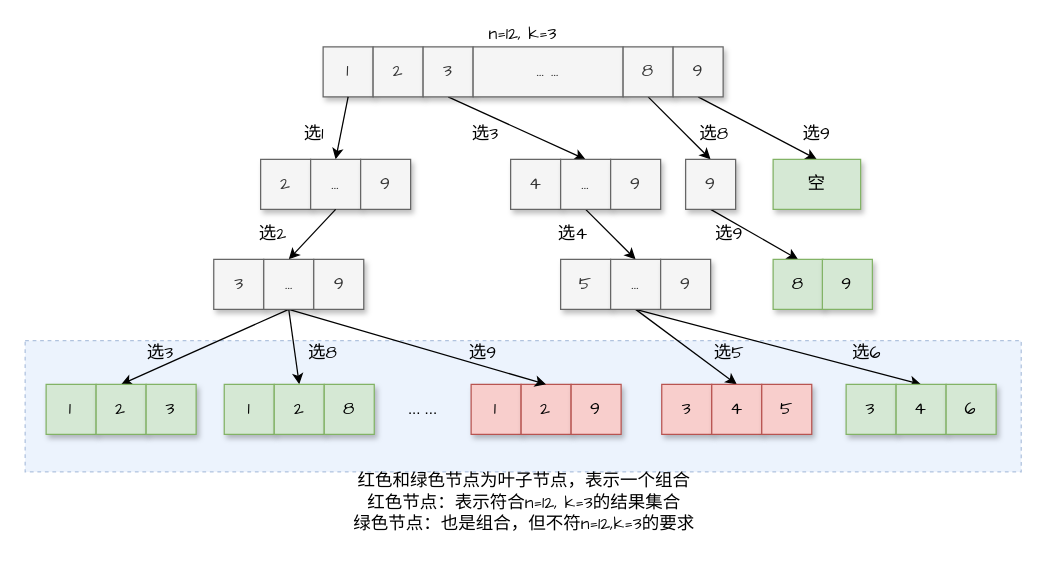
The draw.io diagram draw.io/组合总合III.drawio in goldknife6/algorithm, before the edit. Source tidied: cells renumbered, new cells numbered last; positions are measured from the earlier drawing's top-left corner, leaving out a move shared by most shapes. Both pictures are drawn from the tidied source at 125%, with x=0, y=0 at pixel (25, 21).
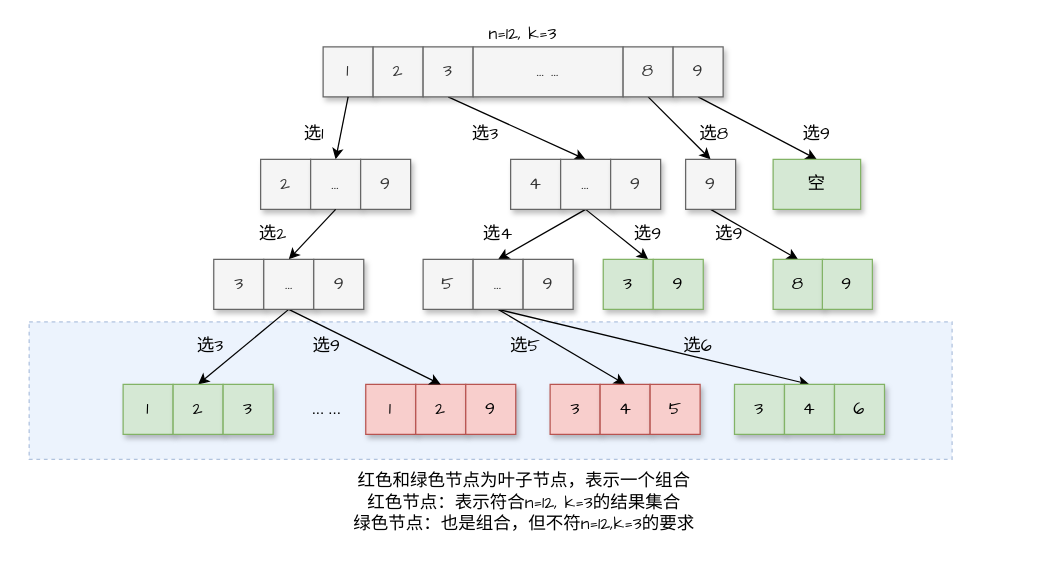
Above is the later version.

Commit message (it also covers changes not shown here):
更新组合总合III.drawio

Unchanged cells that the change refers to:
```xml
<mxCell id="20" value="&lt;font style=&quot;font-size: 14px&quot; face=&quot;Comic Sans MS&quot;&gt;...&lt;/font&gt;" style="rounded=0;whiteSpace=wrap;html=1;fillColor=#f5f5f5;fontColor=#333333;strokeColor=#666666;shadow=1;" parent="1" vertex="1">
  <mxGeometry x="428" y="110" width="40" height="40" as="geometry" />
</mxCell>
<mxCell id="27" value="&lt;font style=&quot;font-size: 14px&quot; face=&quot;Comic Sans MS&quot;&gt;...&lt;/font&gt;" style="rounded=0;whiteSpace=wrap;html=1;fillColor=#f5f5f5;fontColor=#333333;strokeColor=#666666;shadow=1;" parent="1" vertex="1">
  <mxGeometry x="190.5" y="190" width="40" height="40" as="geometry" />
</mxCell>
```

Change to the diagram source:
```diff
@@
     <mxCell id="2" style="rounded=0;whiteSpace=wrap;html=1;shadow=0;fontFamily=Comic Sans MS;fontSize=14;opacity=50;fillColor=#dae8fc;strokeColor=#6c8ebf;dashed=1;" parent="1" vertex="1">
-      <mxGeometry x="-0.4" y="255" width="796.9" height="105" as="geometry" />
+      <mxGeometry x="2.8" y="240" width="738.4" height="110" as="geometry" />
     </mxCell>
@@
     <mxCell id="10" value="&lt;font style=&quot;font-size: 14px&quot; face=&quot;Comic Sans MS&quot;&gt;1&lt;/font&gt;" style="rounded=0;whiteSpace=wrap;html=1;fillColor=#f8cecc;strokeColor=#b85450;shadow=1;" parent="1" vertex="1">
-      <mxGeometry x="356.4" y="290" width="40" height="40" as="geometry" />
+      <mxGeometry x="272.1" y="290" width="40" height="40" as="geometry" />
     </mxCell>
     <mxCell id="11" value="&lt;font style=&quot;font-size: 14px&quot; face=&quot;Comic Sans MS&quot;&gt;2&lt;/font&gt;" style="rounded=0;whiteSpace=wrap;html=1;fillColor=#f8cecc;strokeColor=#b85450;shadow=1;" parent="1" vertex="1">
-      <mxGeometry x="396.4" y="290" width="40" height="40" as="geometry" />
+      <mxGeometry x="312.1" y="290" width="40" height="40" as="geometry" />
     </mxCell>
@@
+    <mxCell id="67" style="edgeStyle=none;rounded=0;jettySize=auto;html=1;exitX=0.5;exitY=1;exitDx=0;exitDy=0;entryX=0.5;entryY=0;entryDx=0;entryDy=0;" parent="1" edge="1" source="20">
+      <mxGeometry relative="1" as="geometry">
+        <mxPoint x="498" y="190" as="targetPoint" />
+      </mxGeometry>
+    </mxCell>
@@
-    <mxCell id="26" style="edgeStyle=none;rounded=0;jettySize=auto;html=1;exitX=0.5;exitY=1;exitDx=0;exitDy=0;entryX=0.5;entryY=0;entryDx=0;entryDy=0;" parent="1" edge="1" source="27" target="35">
-      <mxGeometry relative="1" as="geometry" />
-    </mxCell>
@@
     <mxCell id="29" value="&lt;font style=&quot;font-size: 14px&quot; face=&quot;Comic Sans MS&quot;&gt;9&lt;/font&gt;" style="rounded=0;whiteSpace=wrap;html=1;fillColor=#f8cecc;strokeColor=#b85450;shadow=1;" parent="1" vertex="1">
-      <mxGeometry x="436.4" y="290" width="40" height="40" as="geometry" />
+      <mxGeometry x="352.1" y="290" width="40" height="40" as="geometry" />
     </mxCell>
     <mxCell id="30" value="选9" style="text;html=1;strokeColor=none;fillColor=none;align=center;verticalAlign=middle;whiteSpace=wrap;rounded=0;shadow=1;fontFamily=Comic Sans MS;fontSize=14;" parent="1" vertex="1">
-      <mxGeometry x="346.4" y="255" width="40" height="20" as="geometry" />
+      <mxGeometry x="220.8" y="250" width="40" height="20" as="geometry" />
     </mxCell>
     <mxCell id="31" value="&lt;font style=&quot;font-size: 14px&quot; face=&quot;Comic Sans MS&quot;&gt;1&lt;/font&gt;" style="rounded=0;whiteSpace=wrap;html=1;fillColor=#d5e8d4;strokeColor=#82b366;shadow=1;" parent="1" vertex="1">
-      <mxGeometry x="16.4" y="290" width="40" height="40" as="geometry" />
+      <mxGeometry x="78" y="290" width="40" height="40" as="geometry" />
     </mxCell>
     <mxCell id="32" value="&lt;font style=&quot;font-size: 14px&quot; face=&quot;Comic Sans MS&quot;&gt;2&lt;/font&gt;" style="rounded=0;whiteSpace=wrap;html=1;fillColor=#d5e8d4;strokeColor=#82b366;shadow=1;" parent="1" vertex="1">
-      <mxGeometry x="56.4" y="290" width="40" height="40" as="geometry" />
+      <mxGeometry x="118" y="290" width="40" height="40" as="geometry" />
     </mxCell>
     <mxCell id="33" value="&lt;font style=&quot;font-size: 14px&quot; face=&quot;Comic Sans MS&quot;&gt;3&lt;/font&gt;" style="rounded=0;whiteSpace=wrap;html=1;fillColor=#d5e8d4;strokeColor=#82b366;shadow=1;" parent="1" vertex="1">
-      <mxGeometry x="96.4" y="290" width="40" height="40" as="geometry" />
+      <mxGeometry x="158" y="290" width="40" height="40" as="geometry" />
     </mxCell>
-    <mxCell id="34" value="&lt;font style=&quot;font-size: 14px&quot; face=&quot;Comic Sans MS&quot;&gt;1&lt;/font&gt;" style="rounded=0;whiteSpace=wrap;html=1;fillColor=#d5e8d4;strokeColor=#82b366;shadow=1;" parent="1" vertex="1">
-      <mxGeometry x="158.9" y="290" width="40" height="40" as="geometry" />
-    </mxCell>
-    <mxCell id="35" value="&lt;font style=&quot;font-size: 14px&quot; face=&quot;Comic Sans MS&quot;&gt;2&lt;/font&gt;" style="rounded=0;whiteSpace=wrap;html=1;fillColor=#d5e8d4;strokeColor=#82b366;shadow=1;" parent="1" vertex="1">
-      <mxGeometry x="198.9" y="290" width="40" height="40" as="geometry" />
-    </mxCell>
-    <mxCell id="36" value="&lt;font style=&quot;font-size: 14px&quot; face=&quot;Comic Sans MS&quot;&gt;8&lt;/font&gt;" style="rounded=0;whiteSpace=wrap;html=1;fillColor=#d5e8d4;strokeColor=#82b366;shadow=1;" parent="1" vertex="1">
-      <mxGeometry x="238.9" y="290" width="40" height="40" as="geometry" />
-    </mxCell>
     <mxCell id="37" value="选3" style="text;html=1;strokeColor=none;fillColor=none;align=center;verticalAlign=middle;whiteSpace=wrap;rounded=0;shadow=1;fontFamily=Comic Sans MS;fontSize=14;" parent="1" vertex="1">
-      <mxGeometry x="88" y="255" width="40" height="20" as="geometry" />
+      <mxGeometry x="128" y="250" width="40" height="20" as="geometry" />
     </mxCell>
-    <mxCell id="38" value="选8" style="text;html=1;strokeColor=none;fillColor=none;align=center;verticalAlign=middle;whiteSpace=wrap;rounded=0;shadow=1;fontFamily=Comic Sans MS;fontSize=14;" parent="1" vertex="1">
-      <mxGeometry x="218" y="255" width="40" height="20" as="geometry" />
-    </mxCell>
     <mxCell id="39" value="... ..." style="text;html=1;strokeColor=none;fillColor=none;align=center;verticalAlign=middle;whiteSpace=wrap;rounded=0;" parent="1" vertex="1">
-      <mxGeometry x="288.9" y="290" width="57.5" height="40" as="geometry" />
+      <mxGeometry x="212.1" y="290" width="57.5" height="40" as="geometry" />
     </mxCell>
@@
     <mxCell id="45" value="&lt;font style=&quot;font-size: 14px&quot; face=&quot;Comic Sans MS&quot;&gt;5&lt;/font&gt;" style="rounded=0;whiteSpace=wrap;html=1;fillColor=#f5f5f5;fontColor=#333333;strokeColor=#666666;shadow=1;" parent="1" vertex="1">
-      <mxGeometry x="428" y="190" width="40" height="40" as="geometry" />
+      <mxGeometry x="318" y="190" width="40" height="40" as="geometry" />
     </mxCell>
@@
     <mxCell id="48" value="&lt;font style=&quot;font-size: 14px&quot; face=&quot;Comic Sans MS&quot;&gt;...&lt;/font&gt;" style="rounded=0;whiteSpace=wrap;html=1;fillColor=#f5f5f5;fontColor=#333333;strokeColor=#666666;shadow=1;" parent="1" vertex="1">
-      <mxGeometry x="468" y="190" width="40" height="40" as="geometry" />
+      <mxGeometry x="358" y="190" width="40" height="40" as="geometry" />
     </mxCell>
     <mxCell id="49" value="&lt;font style=&quot;font-size: 14px&quot; face=&quot;Comic Sans MS&quot;&gt;9&lt;/font&gt;" style="rounded=0;whiteSpace=wrap;html=1;fillColor=#f5f5f5;fontColor=#333333;strokeColor=#666666;shadow=1;" parent="1" vertex="1">
-      <mxGeometry x="508" y="190" width="40" height="40" as="geometry" />
+      <mxGeometry x="398" y="190" width="40" height="40" as="geometry" />
     </mxCell>
     <mxCell id="50" value="选4" style="text;html=1;strokeColor=none;fillColor=none;align=center;verticalAlign=middle;whiteSpace=wrap;rounded=0;shadow=1;fontFamily=Comic Sans MS;fontSize=14;" parent="1" vertex="1">
-      <mxGeometry x="418" y="160" width="40" height="20" as="geometry" />
+      <mxGeometry x="358" y="160" width="40" height="20" as="geometry" />
     </mxCell>
     <mxCell id="51" value="&lt;font style=&quot;font-size: 14px&quot; face=&quot;Comic Sans MS&quot;&gt;3&lt;/font&gt;" style="rounded=0;whiteSpace=wrap;html=1;fillColor=#f8cecc;strokeColor=#b85450;shadow=1;" parent="1" vertex="1">
-      <mxGeometry x="508.9" y="290" width="40" height="40" as="geometry" />
+      <mxGeometry x="419.6" y="290" width="40" height="40" as="geometry" />
     </mxCell>
     <mxCell id="52" value="&lt;font style=&quot;font-size: 14px&quot; face=&quot;Comic Sans MS&quot;&gt;4&lt;/font&gt;" style="rounded=0;whiteSpace=wrap;html=1;fillColor=#f8cecc;strokeColor=#b85450;shadow=1;" parent="1" vertex="1">
-      <mxGeometry x="548.9" y="290" width="40" height="40" as="geometry" />
+      <mxGeometry x="459.6" y="290" width="40" height="40" as="geometry" />
     </mxCell>
     <mxCell id="53" value="&lt;font style=&quot;font-size: 14px&quot; face=&quot;Comic Sans MS&quot;&gt;5&lt;/font&gt;" style="rounded=0;whiteSpace=wrap;html=1;fillColor=#f8cecc;strokeColor=#b85450;shadow=1;" parent="1" vertex="1">
-      <mxGeometry x="588.9" y="290" width="40" height="40" as="geometry" />
+      <mxGeometry x="499.6" y="290" width="40" height="40" as="geometry" />
     </mxCell>
     <mxCell id="54" value="选5" style="text;html=1;strokeColor=none;fillColor=none;align=center;verticalAlign=middle;whiteSpace=wrap;rounded=0;shadow=1;fontFamily=Comic Sans MS;fontSize=14;" parent="1" vertex="1">
-      <mxGeometry x="543" y="255" width="40" height="20" as="geometry" />
+      <mxGeometry x="379.6" y="250" width="40" height="20" as="geometry" />
     </mxCell>
     <mxCell id="55" value="&lt;font style=&quot;font-size: 14px&quot; face=&quot;Comic Sans MS&quot;&gt;3&lt;/font&gt;" style="rounded=0;whiteSpace=wrap;html=1;fillColor=#d5e8d4;strokeColor=#82b366;shadow=1;" parent="1" vertex="1">
-      <mxGeometry x="656.4" y="290" width="40" height="40" as="geometry" />
+      <mxGeometry x="567.1" y="290" width="40" height="40" as="geometry" />
     </mxCell>
     <mxCell id="56" value="&lt;font style=&quot;font-size: 14px&quot; face=&quot;Comic Sans MS&quot;&gt;4&lt;/font&gt;" style="rounded=0;whiteSpace=wrap;html=1;fillColor=#d5e8d4;strokeColor=#82b366;shadow=1;" parent="1" vertex="1">
-      <mxGeometry x="696.4" y="290" width="40" height="40" as="geometry" />
+      <mxGeometry x="607.1" y="290" width="40" height="40" as="geometry" />
     </mxCell>
     <mxCell id="57" value="&lt;font style=&quot;font-size: 14px&quot; face=&quot;Comic Sans MS&quot;&gt;6&lt;/font&gt;" style="rounded=0;whiteSpace=wrap;html=1;fillColor=#d5e8d4;strokeColor=#82b366;shadow=1;" parent="1" vertex="1">
-      <mxGeometry x="736.4" y="290" width="40" height="40" as="geometry" />
+      <mxGeometry x="647.1" y="290" width="40" height="40" as="geometry" />
     </mxCell>
     <mxCell id="58" value="选6" style="text;html=1;strokeColor=none;fillColor=none;align=center;verticalAlign=middle;whiteSpace=wrap;rounded=0;shadow=1;fontFamily=Comic Sans MS;fontSize=14;" parent="1" vertex="1">
-      <mxGeometry x="653" y="255" width="40" height="20" as="geometry" />
+      <mxGeometry x="518" y="250" width="40" height="20" as="geometry" />
     </mxCell>
@@
+    <mxCell id="68" value="选9" style="text;html=1;strokeColor=none;fillColor=none;align=center;verticalAlign=middle;whiteSpace=wrap;rounded=0;shadow=1;fontFamily=Comic Sans MS;fontSize=14;" parent="1" vertex="1">
+      <mxGeometry x="478" y="160" width="40" height="20" as="geometry" />
+    </mxCell>
+    <mxCell id="69" value="&lt;font style=&quot;font-size: 14px&quot; face=&quot;Comic Sans MS&quot;&gt;3&lt;/font&gt;" style="rounded=0;whiteSpace=wrap;html=1;fillColor=#d5e8d4;strokeColor=#82b366;shadow=1;" parent="1" vertex="1">
+      <mxGeometry x="462.1" y="190" width="40" height="40" as="geometry" />
+    </mxCell>
+    <mxCell id="70" value="&lt;font style=&quot;font-size: 14px&quot; face=&quot;Comic Sans MS&quot;&gt;9&lt;/font&gt;" style="rounded=0;whiteSpace=wrap;html=1;fillColor=#d5e8d4;strokeColor=#82b366;shadow=1;" parent="1" vertex="1">
+      <mxGeometry x="502.1" y="190" width="40" height="40" as="geometry" />
+    </mxCell>
```
